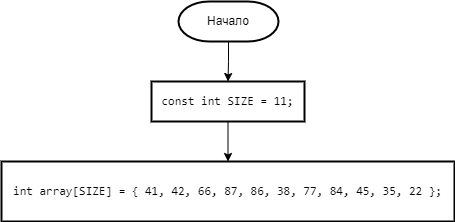
IlyaFedoseev227/LABS-PNRPU-IVT-22-1b keeps this draw.io diagram as Labs/Сортировка пузырьком.png. Above is the earlier version. Source tidied: cells renumbered, new cells last; positions are measured from the earlier drawing's top-left corner, leaving out a move shared by most shapes. Its diagram source:
```xml
<mxGraphModel>
  <root>
    <mxCell id="0" />
    <mxCell id="1" parent="0" />
    <mxCell id="2" style="edgeStyle=orthogonalEdgeStyle;rounded=0;jettySize=auto;html=1;exitX=0.5;exitY=1;exitDx=0;exitDy=0;exitPerimeter=0;entryX=0.5;entryY=0;entryDx=0;entryDy=0;" parent="1" edge="1" source="3" target="5">
      <mxGeometry relative="1" as="geometry" />
    </mxCell>
    <mxCell id="3" value="Начало" style="strokeWidth=2;html=1;shape=mxgraph.flowchart.terminator;whiteSpace=wrap;" parent="1" vertex="1">
      <mxGeometry x="177" width="100" height="40" as="geometry" />
    </mxCell>
    <mxCell id="4" style="edgeStyle=orthogonalEdgeStyle;rounded=0;jettySize=auto;html=1;exitX=0.5;exitY=1;exitDx=0;exitDy=0;" parent="1" edge="1" source="5" target="6">
      <mxGeometry relative="1" as="geometry" />
    </mxCell>
    <mxCell id="5" value="&lt;div style=&quot;text-align: start;&quot;&gt;&lt;font face=&quot;ui-monospace, SFMono-Regular, SF Mono, Menlo, Consolas, Liberation Mono, monospace&quot;&gt;&lt;span style=&quot;background-color: rgb(255, 255, 255);&quot;&gt;const int SIZE = 11;&lt;/span&gt;&lt;/font&gt;&lt;/div&gt;" style="shape=parallelogram;perimeter=parallelogramPerimeter;whiteSpace=wrap;html=1;fixedSize=1;strokeWidth=2;size=-6;" parent="1" vertex="1">
      <mxGeometry x="150" y="80" width="153" height="40" as="geometry" />
    </mxCell>
    <mxCell id="6" value="&lt;div style=&quot;text-align: start;&quot;&gt;&lt;font face=&quot;ui-monospace, SFMono-Regular, SF Mono, Menlo, Consolas, Liberation Mono, monospace&quot;&gt;int array[SIZE] = { 41, 42, 66, 87, 86, 38, 77, 84, 45, 35, 22 };&lt;/font&gt;&lt;br&gt;&lt;/div&gt;" style="shape=parallelogram;perimeter=parallelogramPerimeter;whiteSpace=wrap;html=1;fixedSize=1;strokeWidth=2;size=-6;" parent="1" vertex="1">
      <mxGeometry y="160" width="453" height="60" as="geometry" />
    </mxCell>
  </root>
</mxGraphModel>
```
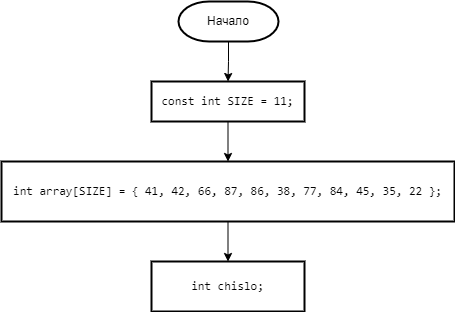
After the change.

The edit, as a diff of the source:
```diff
@@ -14,8 +14,14 @@
     <mxCell id="5" value="&lt;div style=&quot;text-align: start;&quot;&gt;&lt;font face=&quot;ui-monospace, SFMono-Regular, SF Mono, Menlo, Consolas, Liberation Mono, monospace&quot;&gt;&lt;span style=&quot;background-color: rgb(255, 255, 255);&quot;&gt;const int SIZE = 11;&lt;/span&gt;&lt;/font&gt;&lt;/div&gt;" style="shape=parallelogram;perimeter=parallelogramPerimeter;whiteSpace=wrap;html=1;fixedSize=1;strokeWidth=2;size=-6;" parent="1" vertex="1">
       <mxGeometry x="150" y="80" width="153" height="40" as="geometry" />
     </mxCell>
+    <mxCell id="7" style="edgeStyle=orthogonalEdgeStyle;rounded=0;jettySize=auto;html=1;exitX=0.5;exitY=1;exitDx=0;exitDy=0;" parent="1" edge="1" source="6" target="8">
+      <mxGeometry relative="1" as="geometry" />
+    </mxCell>
     <mxCell id="6" value="&lt;div style=&quot;text-align: start;&quot;&gt;&lt;font face=&quot;ui-monospace, SFMono-Regular, SF Mono, Menlo, Consolas, Liberation Mono, monospace&quot;&gt;int array[SIZE] = { 41, 42, 66, 87, 86, 38, 77, 84, 45, 35, 22 };&lt;/font&gt;&lt;br&gt;&lt;/div&gt;" style="shape=parallelogram;perimeter=parallelogramPerimeter;whiteSpace=wrap;html=1;fixedSize=1;strokeWidth=2;size=-6;" parent="1" vertex="1">
       <mxGeometry y="160" width="453" height="60" as="geometry" />
     </mxCell>
+    <mxCell id="8" value="&lt;div style=&quot;text-align: start;&quot;&gt;&lt;font face=&quot;ui-monospace, SFMono-Regular, SF Mono, Menlo, Consolas, Liberation Mono, monospace&quot;&gt;int chislo;&lt;/font&gt;&lt;br&gt;&lt;/div&gt;" style="shape=parallelogram;perimeter=parallelogramPerimeter;whiteSpace=wrap;html=1;fixedSize=1;strokeWidth=2;size=-6;" parent="1" vertex="1">
+      <mxGeometry x="150" y="260" width="153" height="50" as="geometry" />
+    </mxCell>
   </root>
 </mxGraphModel>
```
